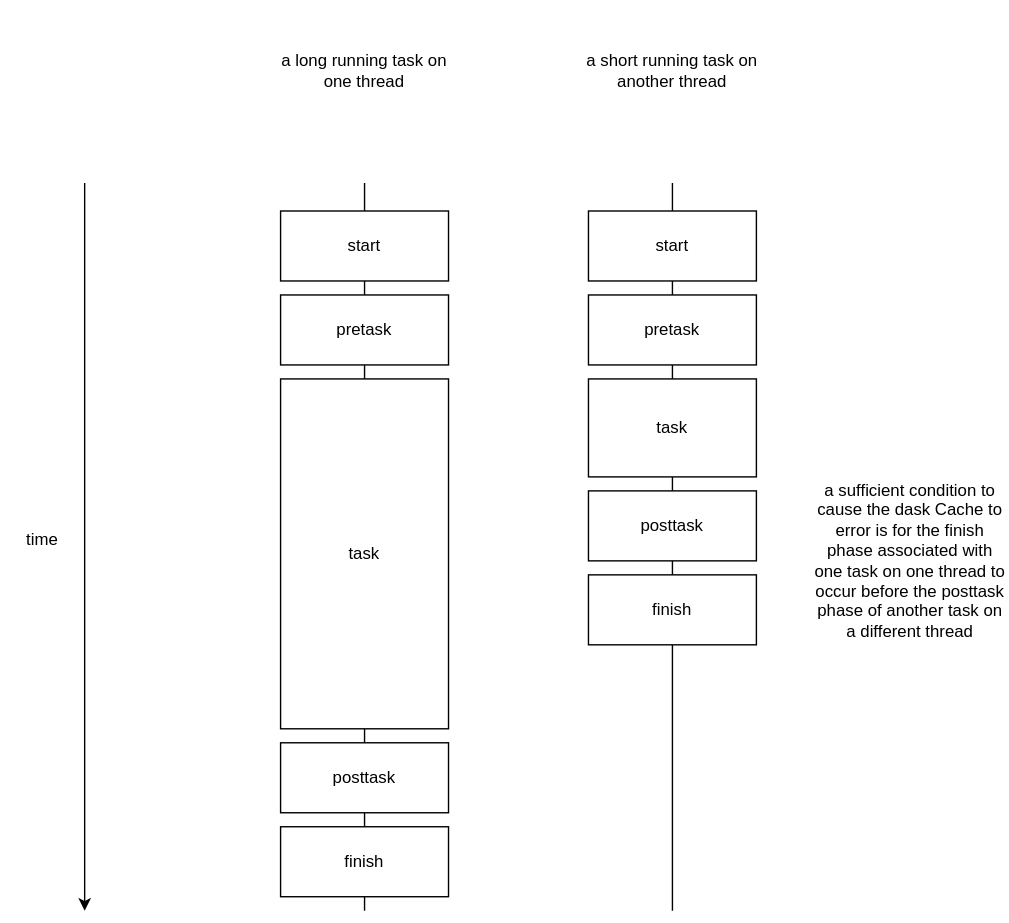
The draw.io diagram dask-cache-multithread-error.drawio.svg in andy-sweet/napari-diagrams, before a commit. Source tidied: cells renumbered, new cells last; positions are measured from the earlier drawing's top-left corner, leaving out a move shared by most shapes. The source it was exported from:
```xml
<mxGraphModel>
  <root>
    <mxCell id="0" />
    <mxCell id="1" parent="0" />
    <mxCell id="2" style="endArrow=classic;html=1;rounded=0;" parent="1" edge="1">
      <mxGeometry relative="1" as="geometry">
        <mxPoint x="60" y="130" as="sourcePoint" />
        <mxPoint x="60" y="650" as="targetPoint" />
      </mxGeometry>
    </mxCell>
    <mxCell id="3" value="time" style="text;html=1;strokeColor=none;fillColor=none;align=center;verticalAlign=middle;whiteSpace=wrap;rounded=0;" parent="1" vertex="1">
      <mxGeometry y="370" width="60" height="30" as="geometry" />
    </mxCell>
    <mxCell id="4" style="endArrow=none;html=1;rounded=0;startArrow=none;" parent="1" edge="1" source="11">
      <mxGeometry relative="1" as="geometry">
        <mxPoint x="260" y="130" as="targetPoint" />
      </mxGeometry>
    </mxCell>
    <mxCell id="5" value="start" style="rounded=0;whiteSpace=wrap;html=1;" parent="1" vertex="1">
      <mxGeometry x="200" y="150" width="120" height="50" as="geometry" />
    </mxCell>
    <mxCell id="6" value="pretask" style="rounded=0;whiteSpace=wrap;html=1;" parent="1" vertex="1">
      <mxGeometry x="200" y="210" width="120" height="50" as="geometry" />
    </mxCell>
    <mxCell id="7" style="endArrow=none;html=1;rounded=0;" parent="1" edge="1" target="8">
      <mxGeometry relative="1" as="geometry">
        <mxPoint x="260" y="650" as="sourcePoint" />
      </mxGeometry>
    </mxCell>
    <mxCell id="8" value="posttask" style="rounded=0;whiteSpace=wrap;html=1;" parent="1" vertex="1">
      <mxGeometry x="200" y="530" width="120" height="50" as="geometry" />
    </mxCell>
    <mxCell id="9" value="finish" style="rounded=0;whiteSpace=wrap;html=1;" parent="1" vertex="1">
      <mxGeometry x="200" y="590" width="120" height="50" as="geometry" />
    </mxCell>
    <mxCell id="10" style="endArrow=none;html=1;rounded=0;startArrow=none;" parent="1" edge="1" source="8" target="11">
      <mxGeometry relative="1" as="geometry" />
    </mxCell>
    <mxCell id="11" value="task" style="rounded=0;whiteSpace=wrap;html=1;" parent="1" vertex="1">
      <mxGeometry x="200" y="270" width="120" height="250" as="geometry" />
    </mxCell>
    <mxCell id="12" style="endArrow=none;html=1;rounded=0;startArrow=none;" parent="1" edge="1" source="19">
      <mxGeometry relative="1" as="geometry">
        <mxPoint x="480" y="130" as="targetPoint" />
      </mxGeometry>
    </mxCell>
    <mxCell id="13" value="start" style="rounded=0;whiteSpace=wrap;html=1;" parent="1" vertex="1">
      <mxGeometry x="420" y="150" width="120" height="50" as="geometry" />
    </mxCell>
    <mxCell id="14" style="endArrow=none;html=1;rounded=0;startArrow=none;" parent="1" edge="1" source="21" target="15">
      <mxGeometry relative="1" as="geometry" />
    </mxCell>
    <mxCell id="15" value="posttask" style="rounded=0;whiteSpace=wrap;html=1;" parent="1" vertex="1">
      <mxGeometry x="420" y="350" width="120" height="50" as="geometry" />
    </mxCell>
    <mxCell id="16" style="endArrow=none;html=1;rounded=0;startArrow=none;" parent="1" edge="1" source="15" target="17">
      <mxGeometry relative="1" as="geometry" />
    </mxCell>
    <mxCell id="17" value="task" style="rounded=0;whiteSpace=wrap;html=1;" parent="1" vertex="1">
      <mxGeometry x="420" y="270" width="120" height="70" as="geometry" />
    </mxCell>
    <mxCell id="18" style="endArrow=none;html=1;rounded=0;startArrow=none;" parent="1" edge="1" source="17" target="19">
      <mxGeometry relative="1" as="geometry" />
    </mxCell>
    <mxCell id="19" value="pretask" style="rounded=0;whiteSpace=wrap;html=1;" parent="1" vertex="1">
      <mxGeometry x="420" y="210" width="120" height="50" as="geometry" />
    </mxCell>
    <mxCell id="20" style="endArrow=none;html=1;rounded=0;" parent="1" edge="1" target="21">
      <mxGeometry relative="1" as="geometry">
        <mxPoint x="480" y="650" as="sourcePoint" />
      </mxGeometry>
    </mxCell>
    <mxCell id="21" value="finish" style="rounded=0;whiteSpace=wrap;html=1;" parent="1" vertex="1">
      <mxGeometry x="420" y="410" width="120" height="50" as="geometry" />
    </mxCell>
    <mxCell id="22" value="a sufficient condition to cause the dask Cache to error is for the finish phase associated with one task on one thread to occur before the posttask phase of another task on a different thread" style="text;html=1;strokeColor=none;fillColor=none;align=center;verticalAlign=middle;whiteSpace=wrap;rounded=0;" parent="1" vertex="1">
      <mxGeometry x="580" y="350" width="140" height="100" as="geometry" />
    </mxCell>
    <mxCell id="23" value="a long running task on one thread" style="text;html=1;strokeColor=none;fillColor=none;align=center;verticalAlign=middle;whiteSpace=wrap;rounded=0;" parent="1" vertex="1">
      <mxGeometry x="190" width="140" height="100" as="geometry" />
    </mxCell>
    <mxCell id="24" value="a short running task on another thread" style="text;html=1;strokeColor=none;fillColor=none;align=center;verticalAlign=middle;whiteSpace=wrap;rounded=0;" parent="1" vertex="1">
      <mxGeometry x="410" width="140" height="100" as="geometry" />
    </mxCell>
  </root>
</mxGraphModel>
```
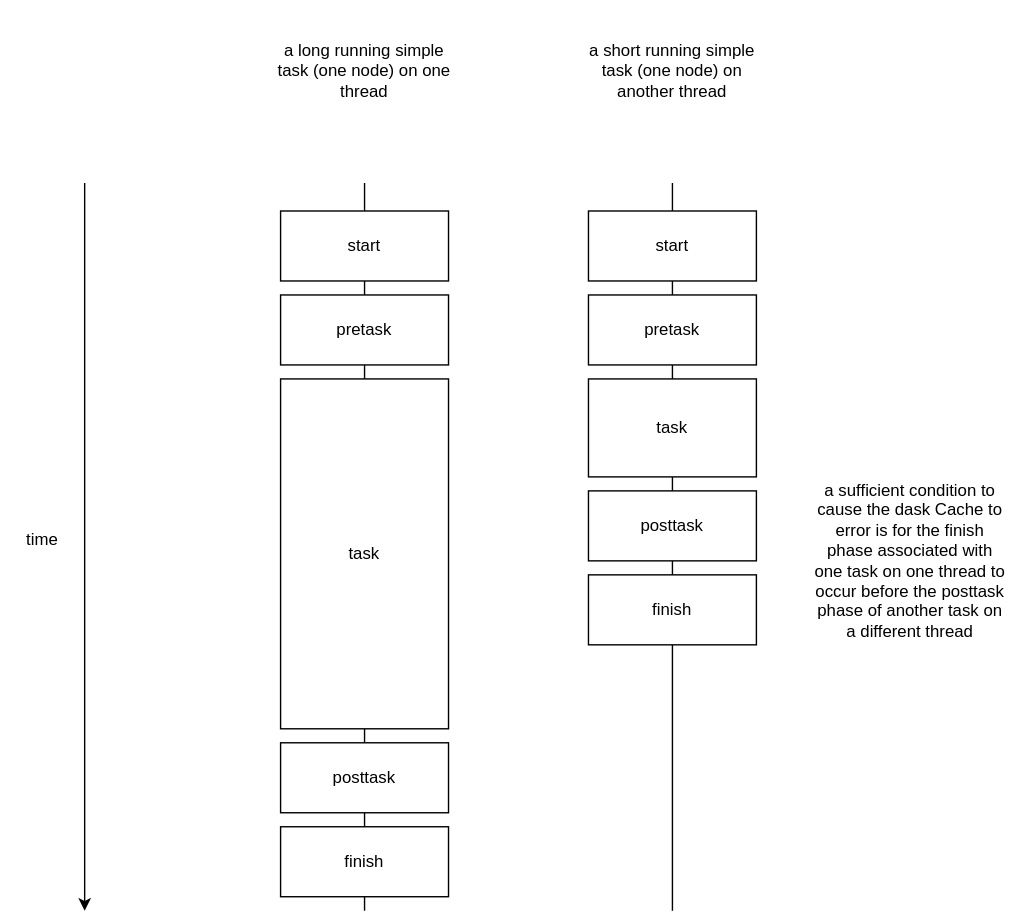
Above is the later version.

What changed in the source:
```diff
@@ -76,10 +76,10 @@
     <mxCell id="22" value="a sufficient condition to cause the dask Cache to error is for the finish phase associated with one task on one thread to occur before the posttask phase of another task on a different thread" style="text;html=1;strokeColor=none;fillColor=none;align=center;verticalAlign=middle;whiteSpace=wrap;rounded=0;" parent="1" vertex="1">
       <mxGeometry x="580" y="350" width="140" height="100" as="geometry" />
     </mxCell>
-    <mxCell id="23" value="a long running task on one thread" style="text;html=1;strokeColor=none;fillColor=none;align=center;verticalAlign=middle;whiteSpace=wrap;rounded=0;" parent="1" vertex="1">
+    <mxCell id="23" value="a long running simple task (one node) on one thread" style="text;html=1;strokeColor=none;fillColor=none;align=center;verticalAlign=middle;whiteSpace=wrap;rounded=0;" parent="1" vertex="1">
       <mxGeometry x="190" width="140" height="100" as="geometry" />
     </mxCell>
-    <mxCell id="24" value="a short running task on another thread" style="text;html=1;strokeColor=none;fillColor=none;align=center;verticalAlign=middle;whiteSpace=wrap;rounded=0;" parent="1" vertex="1">
+    <mxCell id="24" value="a short running simple task (one node) on another thread" style="text;html=1;strokeColor=none;fillColor=none;align=center;verticalAlign=middle;whiteSpace=wrap;rounded=0;" parent="1" vertex="1">
       <mxGeometry x="410" width="140" height="100" as="geometry" />
     </mxCell>
   </root>
```
